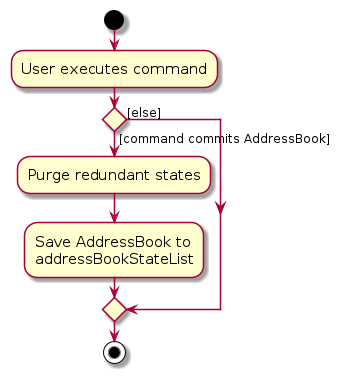
CJBuzz/tp keeps this PlantUML diagram as diagrams/CommitActivityDiagram.png. Above is the earlier version. Its source is kept beside it as diagrams/CommitActivityDiagram.puml.
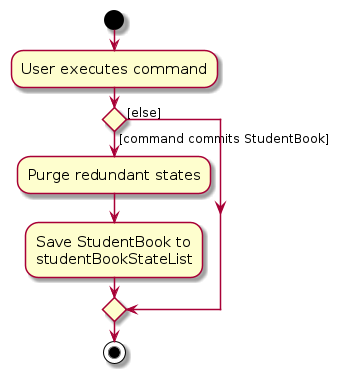
After the commit.

What changed in the source:
```diff
@@ -6,10 +6,10 @@
 :User executes command;
 
 
-if () then ([command commits AddressBook])
+if () then ([command commits StudentBook])
     :Purge redundant states;
-    :Save AddressBook to
-    addressBookStateList;
+    :Save StudentBook to
+    studentBookStateList;
 else ([else])
 endif
 stop
```
